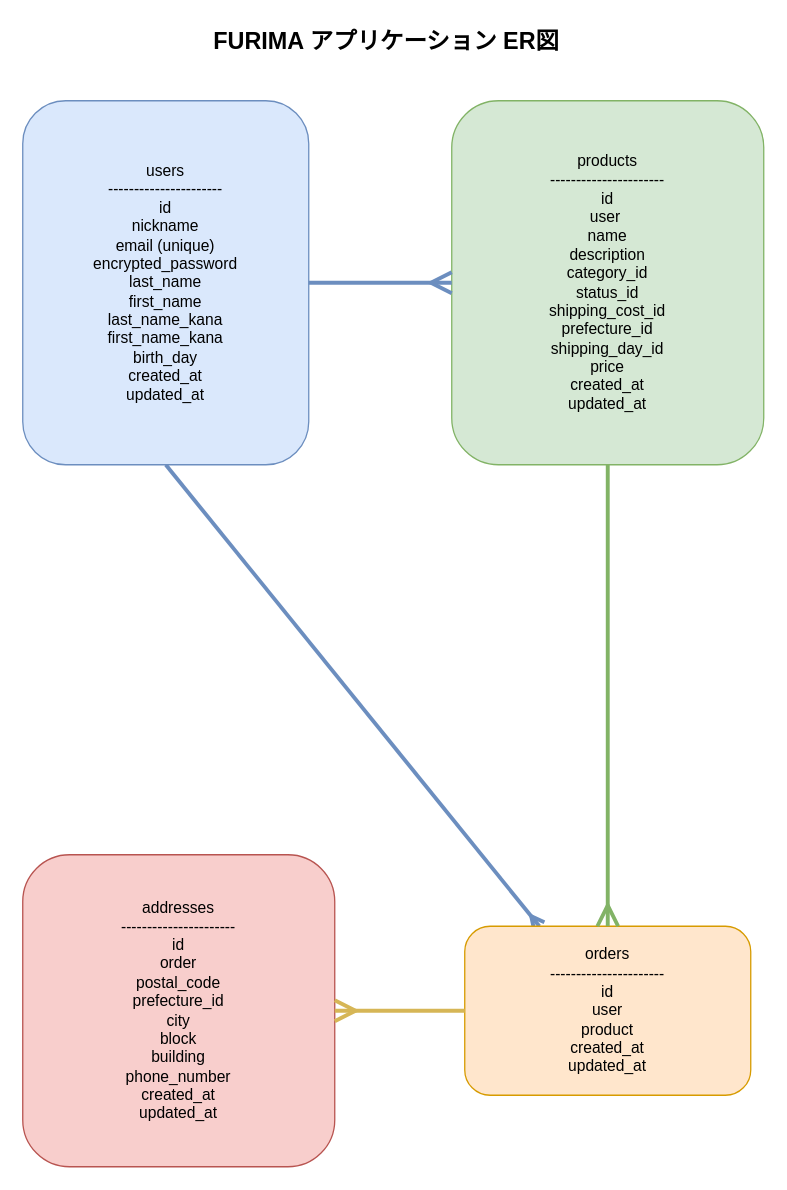
This is furima-46335.drawio from sugita-daiki/furima-46335, a draw.io file, before an edit. Source tidied: cells renumbered, new cells numbered last; positions are measured from the earlier drawing's top-left corner, leaving out a move shared by most shapes. Both pictures are drawn from the tidied source at 130%, with x=0, y=0 at pixel (22, 22).
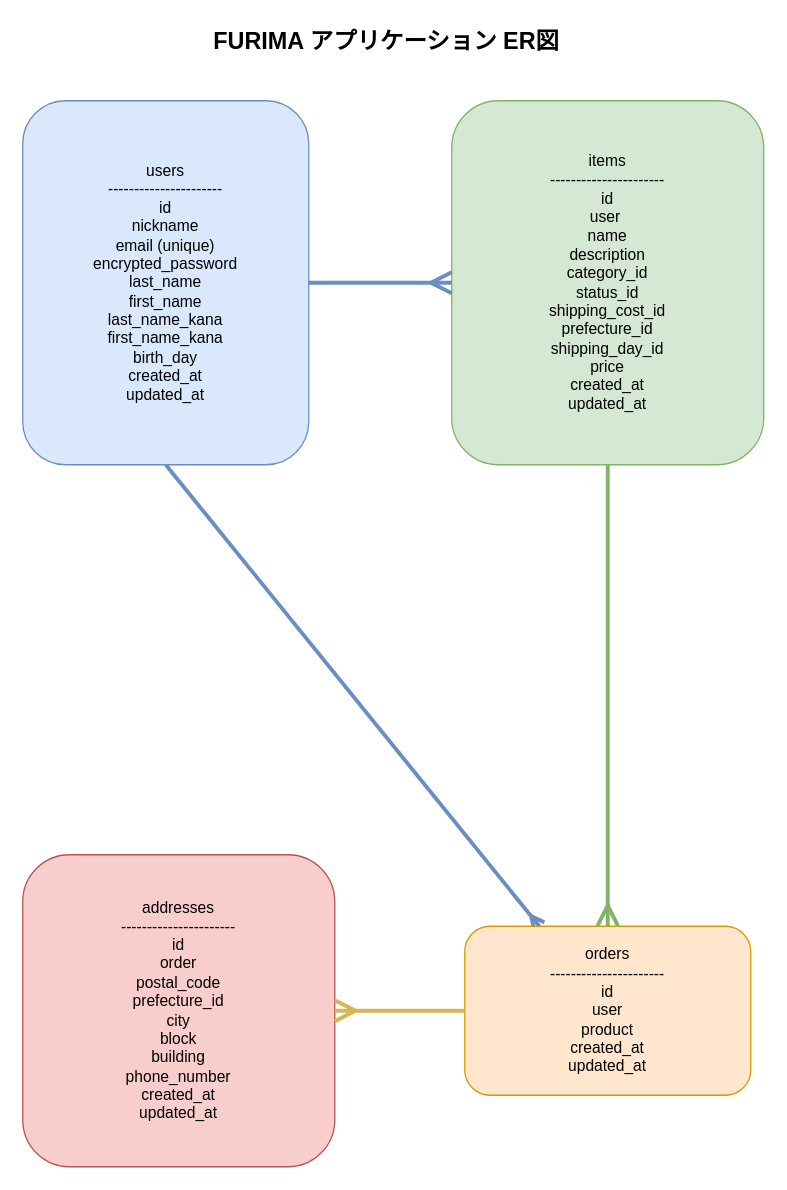
The same diagram, later.

What changed in the source:
```diff
@@
 <mxGraphModel>
   <root>
     <mxCell id="0" />
     <mxCell id="1" parent="0" />
     <mxCell id="2" style="edgeStyle=none;html=1;exitX=0.5;exitY=1;exitDx=0;exitDy=0;strokeWidth=3;endArrow=ERmany;endFill=0;fillColor=#dae8fc;strokeColor=#6c8ebf;" parent="1" edge="1" source="3" target="5">
       <mxGeometry relative="1" as="geometry" />
     </mxCell>
     <mxCell id="3" value="users&#10;----------------------&#10;id&#10;nickname&#10;email (unique)&#10;encrypted_password&#10;last_name&#10;first_name&#10;last_name_kana&#10;first_name_kana&#10;birth_day&#10;created_at&#10;updated_at" style="shape=rectangle;whiteSpace=wrap;rounded=1;fillColor=#dae8fc;strokeColor=#6c8ebf;fontSize=12;" parent="1" vertex="1">
       <mxGeometry y="60" width="220" height="280" as="geometry" />
     </mxCell>
-    <mxCell id="4" value="products&#10;----------------------&#10;id&#10;user &#10;name&#10;description&#10;category_id&#10;status_id&#10;shipping_cost_id&#10;prefecture_id&#10;shipping_day_id&#10;price&#10;created_at&#10;updated_at" style="shape=rectangle;whiteSpace=wrap;rounded=1;fillColor=#d5e8d4;strokeColor=#82b366;fontSize=12;" parent="1" vertex="1">
+    <mxCell id="4" value="items&#10;----------------------&#10;id&#10;user &#10;name&#10;description&#10;category_id&#10;status_id&#10;shipping_cost_id&#10;prefecture_id&#10;shipping_day_id&#10;price&#10;created_at&#10;updated_at" style="shape=rectangle;whiteSpace=wrap;rounded=1;fillColor=#d5e8d4;strokeColor=#82b366;fontSize=12;" parent="1" vertex="1">
       <mxGeometry x="330" y="60" width="240" height="280" as="geometry" />
     </mxCell>
     <mxCell id="5" value="orders&#10;----------------------&#10;id&#10;user&#10;product&#10;created_at&#10;updated_at" style="shape=rectangle;whiteSpace=wrap;rounded=1;fontSize=12;glass=0;fillColor=#ffe6cc;strokeColor=#d79b00;" parent="1" vertex="1">
       <mxGeometry x="340" y="695" width="220" height="130" as="geometry" />
     </mxCell>
     <mxCell id="6" value="addresses&#10;----------------------&#10;id&#10;order&#10;postal_code&#10;prefecture_id&#10;city&#10;block&#10;building&#10;phone_number&#10;created_at&#10;updated_at" style="shape=rectangle;whiteSpace=wrap;rounded=1;fillColor=#f8cecc;strokeColor=#b85450;fontSize=12;" parent="1" vertex="1">
       <mxGeometry y="640" width="240" height="240" as="geometry" />
     </mxCell>
     <mxCell id="7" style="endArrow=ERmany;endFill=0;strokeWidth=3;strokeColor=#6c8ebf;endSize=12;" parent="1" edge="1" source="3" target="4">
       <mxGeometry relative="1" as="geometry">
         <Array as="points">
           <mxPoint x="290" y="200" />
         </Array>
       </mxGeometry>
     </mxCell>
     <mxCell id="8" style="endArrow=ERmany;endFill=0;strokeWidth=3;strokeColor=#82b366;endSize=12;startArrow=none;startFill=0;" parent="1" edge="1" target="5">
       <mxGeometry relative="1" as="geometry">
         <mxPoint x="450" y="340" as="sourcePoint" />
         <Array as="points">
           <mxPoint x="450" y="640" />
         </Array>
       </mxGeometry>
     </mxCell>
     <mxCell id="9" style="endArrow=ERmany;endFill=0;strokeWidth=3;strokeColor=#d6b656;endSize=12;" parent="1" edge="1" source="5" target="6">
       <mxGeometry relative="1" as="geometry" />
     </mxCell>
     <mxCell id="10" value="FURIMA アプリケーション ER図" style="text;html=1;strokeColor=none;fillColor=none;align=center;verticalAlign=middle;whiteSpace=wrap;rounded=0;fontSize=18;fontStyle=1;" parent="1" vertex="1">
       <mxGeometry x="130" width="300" height="30" as="geometry" />
     </mxCell>
   </root>
 </mxGraphModel>
```
